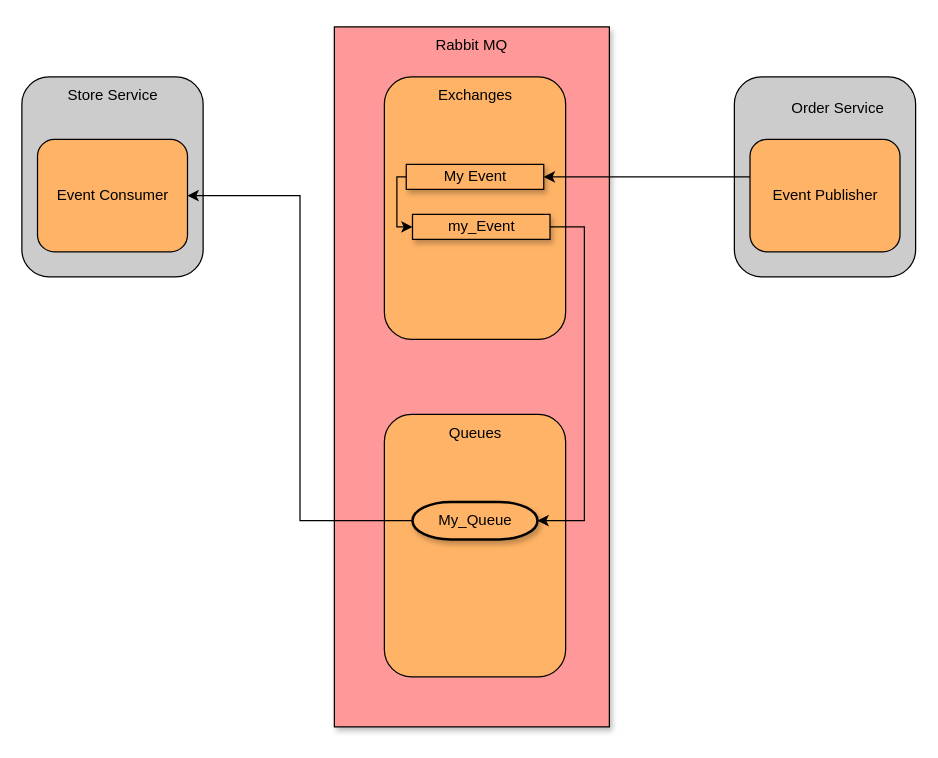
This is page "MicroService Communication" (1 of 3) of Untitled Diagram.drawio from Mohamedmtc/MassTransit, a draw.io file, before an edit. Source tidied: cells renumbered, new cells numbered last; positions are measured from the earlier drawing's top-left corner, leaving out a move shared by most shapes. Both pictures are drawn from the tidied source at 125%, with x=0, y=0 at pixel (21, 26).
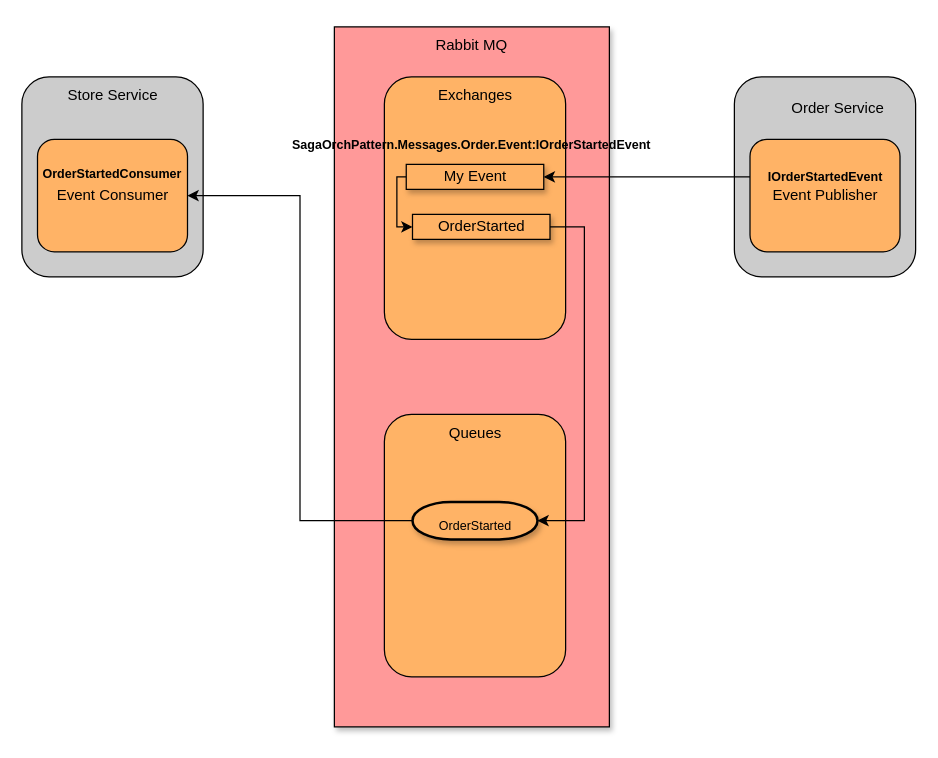
The same diagram, later.

What changed in the source:
```diff
@@
-    <mxCell id="11" value="my_Event" style="rounded=0;whiteSpace=wrap;html=1;fontColor=none;fillColor=#FFB366;shadow=1;" parent="1" vertex="1">
+    <mxCell id="11" value="OrderStarted" style="rounded=0;whiteSpace=wrap;html=1;fontColor=none;fillColor=#FFB366;shadow=1;" parent="1" vertex="1">
       <mxGeometry x="312.5" y="150" width="110" height="20" as="geometry" />
     </mxCell>
@@
-    <mxCell id="13" value="My_Queue" style="strokeWidth=2;html=1;shape=mxgraph.flowchart.terminator;whiteSpace=wrap;shadow=1;fontColor=none;fillColor=#FFB366;" parent="1" vertex="1">
+    <mxCell id="13" value="&lt;h1&gt;&lt;font style=&quot;font-size: 10px&quot;&gt;&lt;span style=&quot;font-weight: normal&quot;&gt;OrderStarted&lt;/span&gt;&lt;/font&gt;&lt;/h1&gt;" style="strokeWidth=2;html=1;shape=mxgraph.flowchart.terminator;whiteSpace=wrap;shadow=1;fontColor=none;fillColor=#FFB366;" parent="1" vertex="1">
       <mxGeometry x="312.5" y="380" width="100" height="30" as="geometry" />
     </mxCell>
@@
+    <mxCell id="21" value="&lt;h1 style=&quot;font-size: 10px&quot;&gt;&lt;font style=&quot;font-size: 10px&quot;&gt;&lt;b&gt;IOrderStartedEvent&lt;/b&gt;&lt;/font&gt;&lt;/h1&gt;" style="text;html=1;strokeColor=none;fillColor=none;align=center;verticalAlign=middle;whiteSpace=wrap;rounded=0;fontSize=10;" parent="1" vertex="1">
+      <mxGeometry x="612.5" y="105" width="60" height="30" as="geometry" />
+    </mxCell>
+    <mxCell id="22" value="&lt;h1&gt;&lt;b style=&quot;font-size: 10px&quot;&gt;SagaOrchPattern.Messages.Order.Event:IOrderStartedEvent&lt;/b&gt;&lt;/h1&gt;" style="text;html=1;strokeColor=none;fillColor=none;align=center;verticalAlign=middle;whiteSpace=wrap;rounded=0;fontSize=10;" parent="1" vertex="1">
+      <mxGeometry x="330" y="75" width="60" height="30" as="geometry" />
+    </mxCell>
+    <mxCell id="23" value="OrderStartedConsumer" style="text;whiteSpace=wrap;html=1;fontSize=10;fontStyle=1;" parent="1" vertex="1">
+      <mxGeometry x="15" y="105" width="130" height="30" as="geometry" />
+    </mxCell>
```
